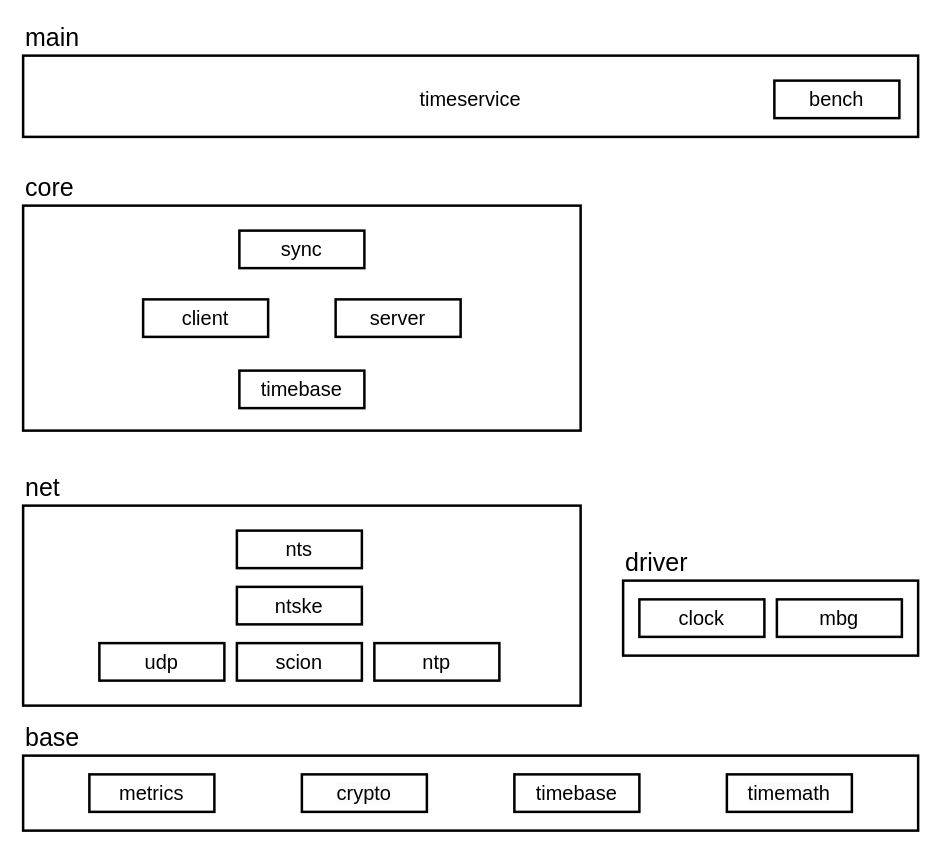
Earlier version of the draw.io diagram doc/packages.drawio (marcfrei/scion-time). Source tidied: cells renumbered, new cells numbered last; positions are measured from the earlier drawing's top-left corner, leaving out a move shared by most shapes. Both pictures are drawn from the tidied source at 125%, with x=0, y=0 at pixel (22, 55).
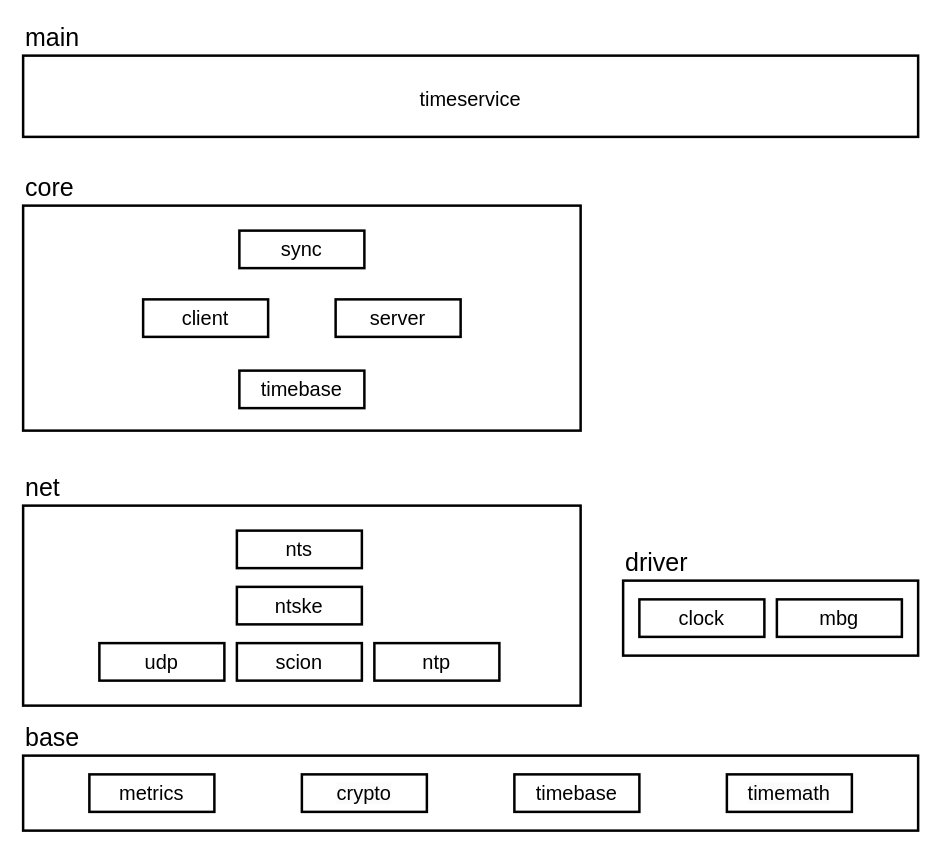
The same page after the edit.

Diff of the diagram source:
```diff
@@
-    <mxCell id="23" value="bench" style="text;html=1;fillColor=none;align=center;verticalAlign=middle;whiteSpace=wrap;rounded=0;strokeWidth=2;fontSize=16;labelBackgroundColor=none;strokeColor=default;" parent="1" vertex="1">
-      <mxGeometry x="601" y="20" width="100" height="30" as="geometry" />
-    </mxCell>
```
